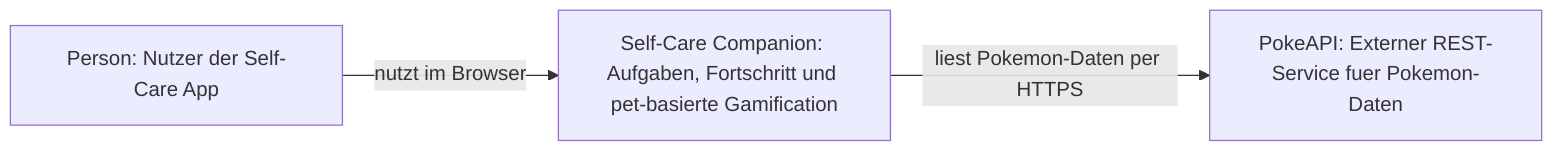
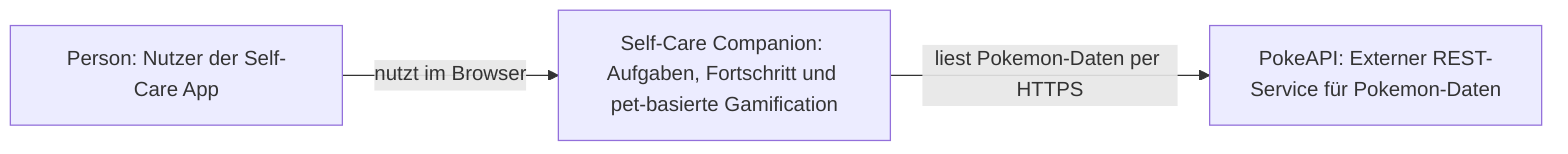
flowchart LR
    USER["Person: Nutzer der Self-Care App"]
    SCS["Self-Care Companion: Aufgaben, Fortschritt und pet-basierte Gamification"]
-     POKEAPI["PokeAPI: Externer REST-Service fuer Pokemon-Daten"]
+     POKEAPI["PokeAPI: Externer REST-Service für Pokemon-Daten"]

    USER -->|nutzt im Browser| SCS
    SCS -->|liest Pokemon-Daten per HTTPS| POKEAPI
